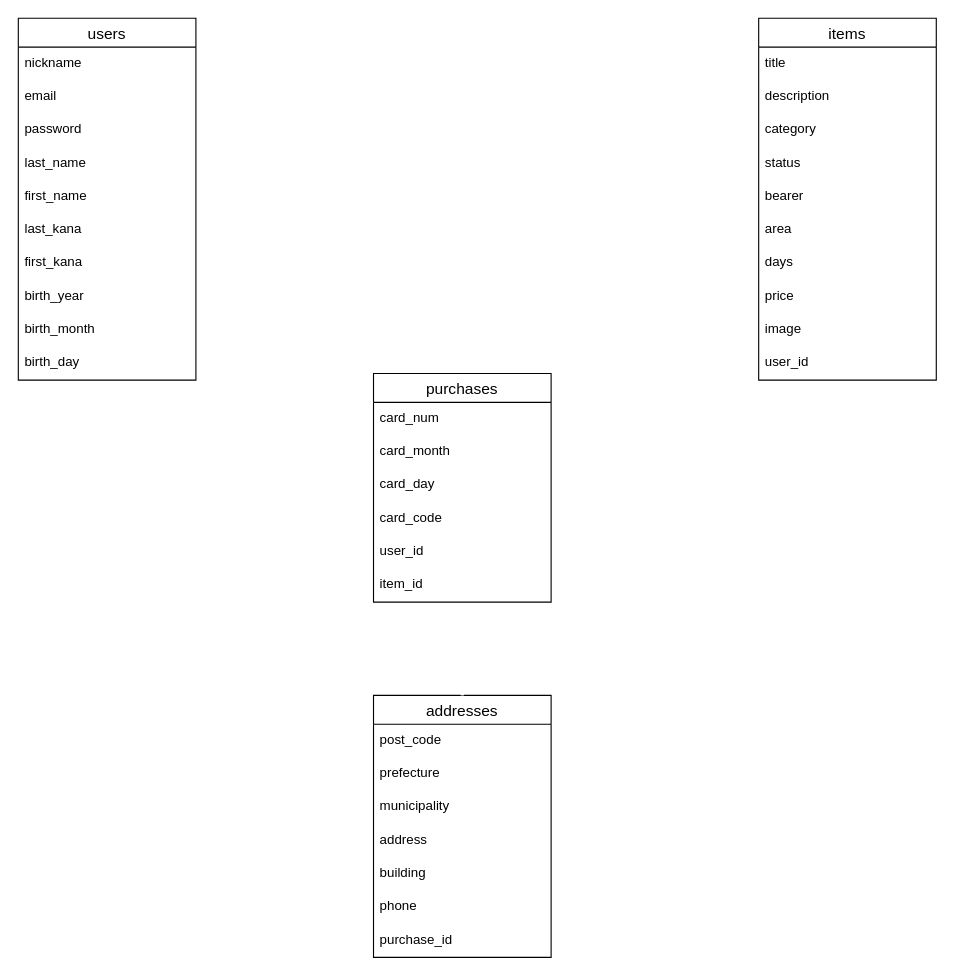
aririn712/furima-35495 keeps this draw.io diagram as test.dio. Above is the earlier version. Source tidied: cells renumbered, new cells numbered last; positions are measured from the earlier drawing's top-left corner, leaving out a move shared by most shapes. Both pictures are drawn from the tidied source at 111%, with x=0, y=0 at pixel (18, 18).
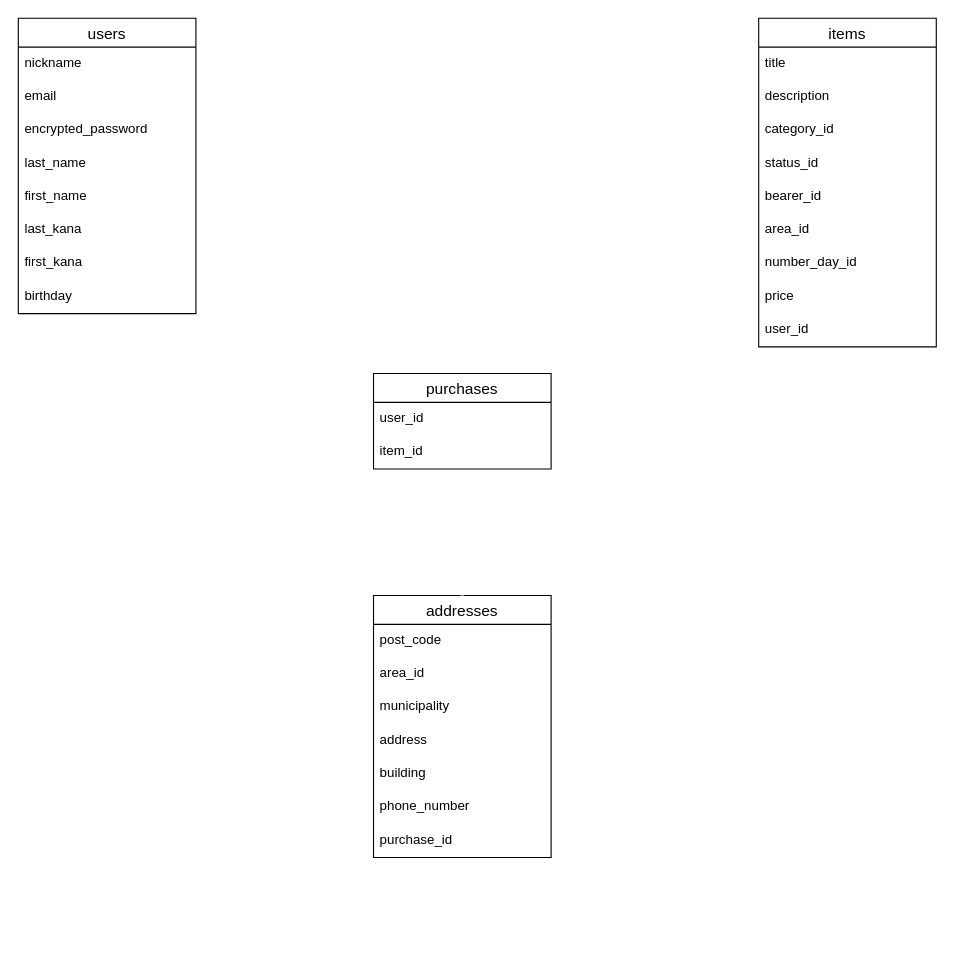
Above is the later version.

Change to the diagram source:
```diff
@@
-    <mxCell id="3" style="edgeStyle=orthogonalEdgeStyle;rounded=0;jettySize=auto;html=1;entryX=0.015;entryY=-0.042;entryDx=0;entryDy=0;startArrow=ERone;startFill=0;endArrow=ERmany;endFill=0;strokeColor=#FFFFFF;strokeWidth=3;entryPerimeter=0;" parent="1" edge="1" source="4" target="40">
-      <mxGeometry relative="1" as="geometry" />
+    <mxCell id="3" style="edgeStyle=orthogonalEdgeStyle;rounded=0;jettySize=auto;html=1;startArrow=ERone;startFill=0;endArrow=ERmany;endFill=0;strokeColor=#FFFFFF;strokeWidth=3;entryX=0;entryY=0.25;entryDx=0;entryDy=0;" parent="1" edge="1" source="4" target="36">
+      <mxGeometry relative="1" as="geometry">
+        <Array as="points">
+          <mxPoint x="80" y="342" />
+        </Array>
+      </mxGeometry>
     </mxCell>
     <mxCell id="4" value="users" style="swimlane;fontStyle=0;horizontal=1;startSize=26;align=center;fontSize=14;" parent="1" vertex="1">
-      <mxGeometry width="160" height="326" as="geometry" />
+      <mxGeometry width="160" height="266" as="geometry" />
     </mxCell>
@@
-    <mxCell id="7" value="password" style="text;strokeColor=none;fillColor=none;spacingLeft=4;spacingRight=4;overflow=hidden;fontSize=12;" parent="4" vertex="1">
+    <mxCell id="7" value="encrypted_password" style="text;strokeColor=none;fillColor=none;spacingLeft=4;spacingRight=4;overflow=hidden;fontSize=12;" parent="4" vertex="1">
       <mxGeometry y="86" width="160" height="30" as="geometry" />
     </mxCell>
@@
-    <mxCell id="12" value="birth_year" style="text;strokeColor=none;fillColor=none;spacingLeft=4;spacingRight=4;overflow=hidden;fontSize=12;" parent="4" vertex="1">
+    <mxCell id="12" value="birthday" style="text;strokeColor=none;fillColor=none;spacingLeft=4;spacingRight=4;overflow=hidden;fontSize=12;" parent="4" vertex="1">
       <mxGeometry y="236" width="160" height="30" as="geometry" />
     </mxCell>
-    <mxCell id="13" value="birth_month" style="text;strokeColor=none;fillColor=none;spacingLeft=4;spacingRight=4;overflow=hidden;fontSize=12;" parent="4" vertex="1">
-      <mxGeometry y="266" width="160" height="30" as="geometry" />
-    </mxCell>
-    <mxCell id="14" value="birth_day" style="text;strokeColor=none;fillColor=none;spacingLeft=4;spacingRight=4;overflow=hidden;fontSize=12;" parent="4" vertex="1">
-      <mxGeometry y="296" width="160" height="30" as="geometry" />
-    </mxCell>
-    <mxCell id="15" style="edgeStyle=orthogonalEdgeStyle;rounded=0;jettySize=auto;html=1;entryX=1.009;entryY=0.091;entryDx=0;entryDy=0;startArrow=ERone;startFill=0;endArrow=ERone;endFill=0;strokeColor=#FFFFFF;strokeWidth=3;entryPerimeter=0;" parent="1" edge="1" source="16" target="40">
-      <mxGeometry relative="1" as="geometry" />
+    <mxCell id="15" style="edgeStyle=orthogonalEdgeStyle;rounded=0;jettySize=auto;html=1;entryX=1.009;entryY=0.091;entryDx=0;entryDy=0;startArrow=ERone;startFill=0;endArrow=ERone;endFill=0;strokeColor=#FFFFFF;strokeWidth=3;entryPerimeter=0;" parent="1" edge="1" source="16">
+      <mxGeometry relative="1" as="geometry">
+        <mxPoint x="481.4" y="348.7" as="targetPoint" />
+        <Array as="points">
+          <mxPoint x="750" y="349" />
+        </Array>
+      </mxGeometry>
     </mxCell>
     <mxCell id="16" value="items" style="swimlane;fontStyle=0;horizontal=1;startSize=26;align=center;fontSize=14;" parent="1" vertex="1">
-      <mxGeometry x="667" width="160" height="326" as="geometry" />
+      <mxGeometry x="667" width="160" height="296" as="geometry" />
     </mxCell>
@@
-    <mxCell id="19" value="category" style="text;strokeColor=none;fillColor=none;spacingLeft=4;spacingRight=4;overflow=hidden;fontSize=12;" parent="16" vertex="1">
+    <mxCell id="19" value="category_id" style="text;strokeColor=none;fillColor=none;spacingLeft=4;spacingRight=4;overflow=hidden;fontSize=12;" parent="16" vertex="1">
       <mxGeometry y="86" width="160" height="30" as="geometry" />
     </mxCell>
-    <mxCell id="20" value="status" style="text;strokeColor=none;fillColor=none;spacingLeft=4;spacingRight=4;overflow=hidden;fontSize=12;" parent="16" vertex="1">
+    <mxCell id="20" value="status_id" style="text;strokeColor=none;fillColor=none;spacingLeft=4;spacingRight=4;overflow=hidden;fontSize=12;" parent="16" vertex="1">
       <mxGeometry y="116" width="160" height="30" as="geometry" />
     </mxCell>
-    <mxCell id="21" value="bearer" style="text;strokeColor=none;fillColor=none;spacingLeft=4;spacingRight=4;overflow=hidden;points=[[0,0.5],[1,0.5]];portConstraint=eastwest;fontSize=12;" parent="16" vertex="1">
+    <mxCell id="21" value="bearer_id" style="text;strokeColor=none;fillColor=none;spacingLeft=4;spacingRight=4;overflow=hidden;points=[[0,0.5],[1,0.5]];portConstraint=eastwest;fontSize=12;" parent="16" vertex="1">
       <mxGeometry y="146" width="160" height="30" as="geometry" />
     </mxCell>
-    <mxCell id="22" value="area" style="text;strokeColor=none;fillColor=none;spacingLeft=4;spacingRight=4;overflow=hidden;fontSize=12;" parent="16" vertex="1">
+    <mxCell id="22" value="area_id" style="text;strokeColor=none;fillColor=none;spacingLeft=4;spacingRight=4;overflow=hidden;fontSize=12;" parent="16" vertex="1">
       <mxGeometry y="176" width="160" height="30" as="geometry" />
     </mxCell>
-    <mxCell id="23" value="days" style="text;strokeColor=none;fillColor=none;spacingLeft=4;spacingRight=4;overflow=hidden;fontSize=12;" parent="16" vertex="1">
+    <mxCell id="23" value="number_day_id" style="text;strokeColor=none;fillColor=none;spacingLeft=4;spacingRight=4;overflow=hidden;fontSize=12;" parent="16" vertex="1">
       <mxGeometry y="206" width="160" height="30" as="geometry" />
     </mxCell>
@@
-    <mxCell id="25" value="image" style="text;strokeColor=none;fillColor=none;spacingLeft=4;spacingRight=4;overflow=hidden;fontSize=12;" parent="16" vertex="1">
-      <mxGeometry y="266" width="160" height="30" as="geometry" />
-    </mxCell>
     <mxCell id="26" value="user_id" style="text;strokeColor=none;fillColor=none;spacingLeft=4;spacingRight=4;overflow=hidden;fontSize=12;" parent="16" vertex="1">
-      <mxGeometry y="296" width="160" height="30" as="geometry" />
+      <mxGeometry y="266" width="160" height="30" as="geometry" />
     </mxCell>
     <mxCell id="27" value="addresses" style="swimlane;fontStyle=0;horizontal=1;startSize=26;align=center;fontSize=14;" parent="1" vertex="1">
-      <mxGeometry x="320" y="610" width="160" height="236" as="geometry" />
+      <mxGeometry x="320" y="520" width="160" height="236" as="geometry" />
     </mxCell>
@@
-    <mxCell id="29" value="prefecture" style="text;strokeColor=none;fillColor=none;spacingLeft=4;spacingRight=4;overflow=hidden;fontSize=12;" parent="27" vertex="1">
+    <mxCell id="29" value="area_id" style="text;strokeColor=none;fillColor=none;spacingLeft=4;spacingRight=4;overflow=hidden;fontSize=12;" parent="27" vertex="1">
       <mxGeometry y="56" width="160" height="30" as="geometry" />
     </mxCell>
@@
-    <mxCell id="33" value="phone" style="text;strokeColor=none;fillColor=none;spacingLeft=4;spacingRight=4;overflow=hidden;fontSize=12;" parent="27" vertex="1">
+    <mxCell id="33" value="phone_number" style="text;strokeColor=none;fillColor=none;spacingLeft=4;spacingRight=4;overflow=hidden;fontSize=12;" parent="27" vertex="1">
       <mxGeometry y="176" width="160" height="30" as="geometry" />
     </mxCell>
@@
     <mxCell id="36" value="purchases" style="swimlane;fontStyle=0;horizontal=1;startSize=26;align=center;fontSize=14;" parent="1" vertex="1">
-      <mxGeometry x="320" y="320" width="160" height="206" as="geometry" />
+      <mxGeometry x="320" y="320" width="160" height="86" as="geometry" />
     </mxCell>
-    <mxCell id="37" value="card_num" style="text;strokeColor=none;fillColor=none;spacingLeft=4;spacingRight=4;overflow=hidden;fontSize=12;" parent="36" vertex="1">
-      <mxGeometry y="26" width="160" height="30" as="geometry" />
-    </mxCell>
-    <mxCell id="38" value="card_month" style="text;strokeColor=none;fillColor=none;spacingLeft=4;spacingRight=4;overflow=hidden;fontSize=12;" parent="36" vertex="1">
-      <mxGeometry y="56" width="160" height="30" as="geometry" />
-    </mxCell>
-    <mxCell id="39" value="card_day" style="text;strokeColor=none;fillColor=none;spacingLeft=4;spacingRight=4;overflow=hidden;fontSize=12;" parent="36" vertex="1">
-      <mxGeometry y="86" width="160" height="30" as="geometry" />
-    </mxCell>
-    <mxCell id="40" value="card_code" style="text;strokeColor=none;fillColor=none;spacingLeft=4;spacingRight=4;overflow=hidden;points=[[0,0.5],[1,0.5]];portConstraint=eastwest;fontSize=12;" parent="36" vertex="1">
-      <mxGeometry y="116" width="160" height="30" as="geometry" />
-    </mxCell>
     <mxCell id="41" value="user_id" style="text;strokeColor=none;fillColor=none;spacingLeft=4;spacingRight=4;overflow=hidden;fontSize=12;" parent="36" vertex="1">
-      <mxGeometry y="146" width="160" height="30" as="geometry" />
+      <mxGeometry y="26" width="160" height="30" as="geometry" />
     </mxCell>
     <mxCell id="42" value="item_id" style="text;strokeColor=none;fillColor=none;spacingLeft=4;spacingRight=4;overflow=hidden;fontSize=12;" parent="36" vertex="1">
-      <mxGeometry y="176" width="160" height="30" as="geometry" />
+      <mxGeometry y="56" width="160" height="30" as="geometry" />
     </mxCell>
```
